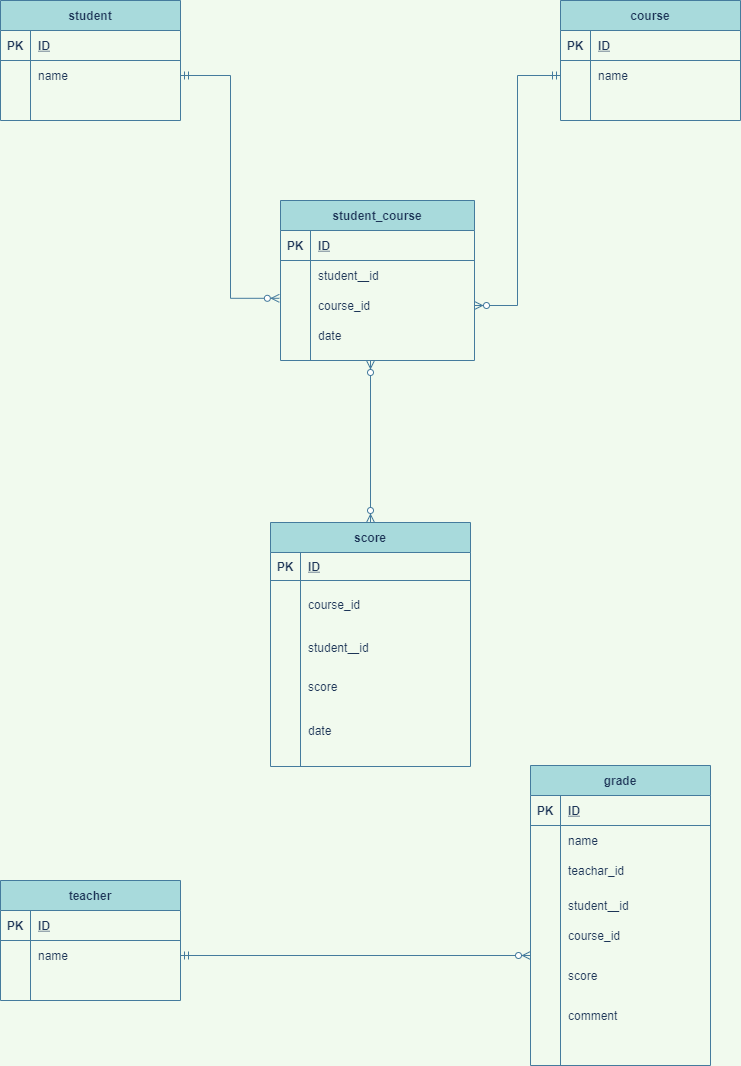
The draw.io diagram test.drawio.png in a1086yn5974/coachtech-er-test, before a commit. Source tidied: cells renumbered, new cells last; positions are measured from the earlier drawing's top-left corner, leaving out a move shared by most shapes.
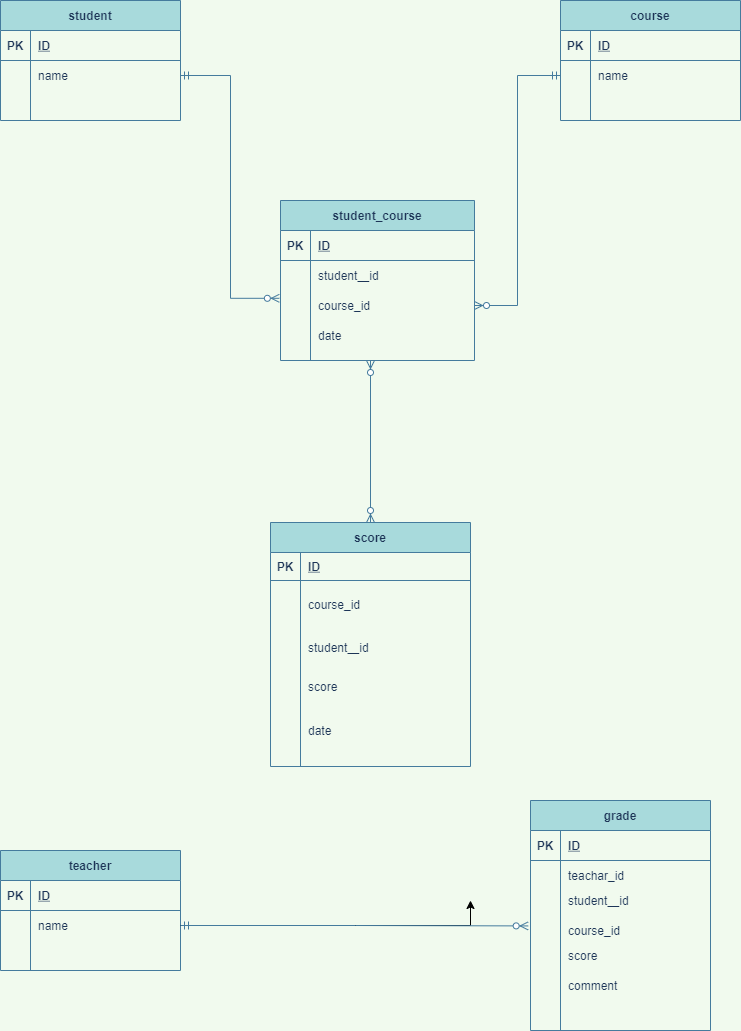
The same diagram one commit later.

What changed in the source:
```diff
@@ -141,7 +141,7 @@
       <mxGeometry x="30" width="150" height="30" as="geometry" />
     </mxCell>
     <mxCell id="48" value="grade" style="shape=table;startSize=30;rowLines=0;fontStyle=1;align=center;fillColor=#A8DADC;strokeColor=#457B9D;fontColor=#1D3557;" parent="1" vertex="1">
-      <mxGeometry x="530" y="765" width="180" height="300" as="geometry" />
+      <mxGeometry x="530" y="800" width="180" height="230" as="geometry" />
     </mxCell>
     <mxCell id="49" style="shape=partialRectangle;fillColor=none;top=0;left=0;bottom=1;right=0;strokeColor=#457B9D;fontColor=#1D3557;" parent="48" vertex="1">
       <mxGeometry y="30" width="180" height="30" as="geometry" />
@@ -152,17 +152,8 @@
     <mxCell id="51" value="ID" style="shape=partialRectangle;fillColor=none;top=0;left=0;bottom=0;right=0;align=left;spacingLeft=6;fontStyle=5;overflow=hidden;strokeColor=#457B9D;fontColor=#1D3557;" parent="49" vertex="1">
       <mxGeometry x="30" width="150" height="30" as="geometry" />
     </mxCell>
-    <mxCell id="52" style="shape=partialRectangle;fillColor=none;top=0;left=0;bottom=0;right=0;strokeColor=#457B9D;fontColor=#1D3557;" parent="48" vertex="1">
-      <mxGeometry y="60" width="180" height="30" as="geometry" />
-    </mxCell>
-    <mxCell id="53" style="shape=partialRectangle;fillColor=none;top=0;left=0;bottom=0;right=0;overflow=hidden;strokeColor=#457B9D;fontColor=#1D3557;" parent="52" vertex="1">
-      <mxGeometry width="30" height="30" as="geometry" />
-    </mxCell>
-    <mxCell id="54" value="name" style="shape=partialRectangle;fillColor=none;top=0;left=0;bottom=0;right=0;align=left;spacingLeft=6;overflow=hidden;strokeColor=#457B9D;fontColor=#1D3557;" parent="52" vertex="1">
-      <mxGeometry x="30" width="150" height="30" as="geometry" />
-    </mxCell>
     <mxCell id="55" style="shape=partialRectangle;fillColor=none;top=0;left=0;bottom=0;right=0;strokeColor=#457B9D;fontColor=#1D3557;" parent="48" vertex="1">
-      <mxGeometry y="90" width="180" height="30" as="geometry" />
+      <mxGeometry y="60" width="180" height="30" as="geometry" />
     </mxCell>
     <mxCell id="56" style="shape=partialRectangle;fillColor=none;top=0;left=0;bottom=0;right=0;overflow=hidden;strokeColor=#457B9D;fontColor=#1D3557;" parent="55" vertex="1">
       <mxGeometry width="30" height="30" as="geometry" />
@@ -171,7 +162,7 @@
       <mxGeometry x="30" width="150" height="30" as="geometry" />
     </mxCell>
     <mxCell id="58" style="shape=partialRectangle;fillColor=none;top=0;left=0;bottom=0;right=0;points=[[0,0.5],[1,0.5]];portConstraint=eastwest;strokeColor=#457B9D;fontColor=#1D3557;" parent="48" vertex="1">
-      <mxGeometry y="120" width="180" height="140" as="geometry" />
+      <mxGeometry y="90" width="180" height="140" as="geometry" />
     </mxCell>
     <mxCell id="59" style="shape=partialRectangle;fillColor=none;top=0;left=0;bottom=0;right=0;overflow=hidden;strokeColor=#457B9D;fontColor=#1D3557;" parent="58" vertex="1">
       <mxGeometry width="30" height="140" as="geometry" />
@@ -180,7 +171,7 @@
       <mxGeometry x="30" width="150" height="140" as="geometry" />
     </mxCell>
     <mxCell id="61" value="teacher" style="shape=table;startSize=30;rowLines=0;fontStyle=1;align=center;fillColor=#A8DADC;strokeColor=#457B9D;fontColor=#1D3557;" parent="1" vertex="1">
-      <mxGeometry y="880" width="180" height="120" as="geometry" />
+      <mxGeometry y="850" width="180" height="120" as="geometry" />
     </mxCell>
     <mxCell id="62" style="shape=partialRectangle;fillColor=none;top=0;left=0;bottom=1;right=0;strokeColor=#457B9D;fontColor=#1D3557;" parent="61" vertex="1">
       <mxGeometry y="30" width="180" height="30" as="geometry" />
@@ -213,16 +204,16 @@
       <mxGeometry x="300" y="710" width="170" height="40" as="geometry" />
     </mxCell>
     <mxCell id="72" value="student＿id" style="shape=partialRectangle;fillColor=none;top=0;left=0;bottom=0;right=0;align=left;spacingLeft=6;overflow=hidden;strokeColor=#457B9D;fontColor=#1D3557;" parent="1" vertex="1">
-      <mxGeometry x="560" y="890" width="150" height="30" as="geometry" />
+      <mxGeometry x="560" y="890" width="150" height="20" as="geometry" />
     </mxCell>
     <mxCell id="73" value="course_id" style="shape=partialRectangle;fillColor=none;top=0;left=0;bottom=0;right=0;align=left;spacingLeft=6;overflow=hidden;strokeColor=#457B9D;fontColor=#1D3557;" parent="1" vertex="1">
-      <mxGeometry x="560" y="920" width="150" height="30" as="geometry" />
+      <mxGeometry x="560" y="920" width="150" height="20" as="geometry" />
     </mxCell>
     <mxCell id="74" value="score" style="shape=partialRectangle;fillColor=none;top=0;left=0;bottom=0;right=0;align=left;spacingLeft=6;overflow=hidden;strokeColor=#457B9D;fontColor=#1D3557;" parent="1" vertex="1">
-      <mxGeometry x="560" y="940" width="150" height="70" as="geometry" />
+      <mxGeometry x="560" y="940" width="150" height="30" as="geometry" />
     </mxCell>
     <mxCell id="75" value="comment" style="shape=partialRectangle;fillColor=none;top=0;left=0;bottom=0;right=0;align=left;spacingLeft=6;overflow=hidden;strokeColor=#457B9D;fontColor=#1D3557;" parent="1" vertex="1">
-      <mxGeometry x="560" y="980" width="150" height="70" as="geometry" />
+      <mxGeometry x="560" y="970" width="150" height="30" as="geometry" />
     </mxCell>
     <mxCell id="76" style="edgeStyle=orthogonalEdgeStyle;rounded=0;jettySize=auto;html=1;entryX=-0.006;entryY=0.26;entryDx=0;entryDy=0;entryPerimeter=0;startArrow=ERmandOne;startFill=0;endArrow=ERzeroToMany;endFill=1;labelBackgroundColor=#F1FAEE;strokeColor=#457B9D;fontColor=#1D3557;" parent="1" edge="1" source="6" target="19">
       <mxGeometry relative="1" as="geometry" />
@@ -235,8 +226,13 @@
         <mxPoint x="370" y="360" as="sourcePoint" />
       </mxGeometry>
     </mxCell>
-    <mxCell id="79" style="edgeStyle=orthogonalEdgeStyle;rounded=0;jettySize=auto;html=1;startArrow=ERmandOne;startFill=0;endArrow=ERzeroToMany;endFill=1;exitX=1;exitY=0.5;exitDx=0;exitDy=0;entryX=0;entryY=0.5;entryDx=0;entryDy=0;labelBackgroundColor=#F1FAEE;strokeColor=#457B9D;fontColor=#1D3557;" parent="1" edge="1" source="65" target="58">
-      <mxGeometry relative="1" as="geometry" />
+    <mxCell id="79" style="edgeStyle=orthogonalEdgeStyle;rounded=0;jettySize=auto;html=1;" parent="1" edge="1" source="65">
+      <mxGeometry relative="1" as="geometry">
+        <mxPoint x="470" y="900" as="targetPoint" />
+      </mxGeometry>
     </mxCell>
+    <mxCell id="80" style="edgeStyle=orthogonalEdgeStyle;rounded=0;jettySize=auto;html=1;entryX=-0.013;entryY=0.253;entryDx=0;entryDy=0;entryPerimeter=0;startArrow=ERmandOne;startFill=0;endArrow=ERzeroToMany;endFill=1;labelBackgroundColor=#F1FAEE;strokeColor=#457B9D;fontColor=#1D3557;exitX=1;exitY=0.5;exitDx=0;exitDy=0;" parent="1" edge="1" source="65" target="58">
+      <mxGeometry relative="1" as="geometry" />
+    </mxCell>
   </root>
 </mxGraphModel>
```
